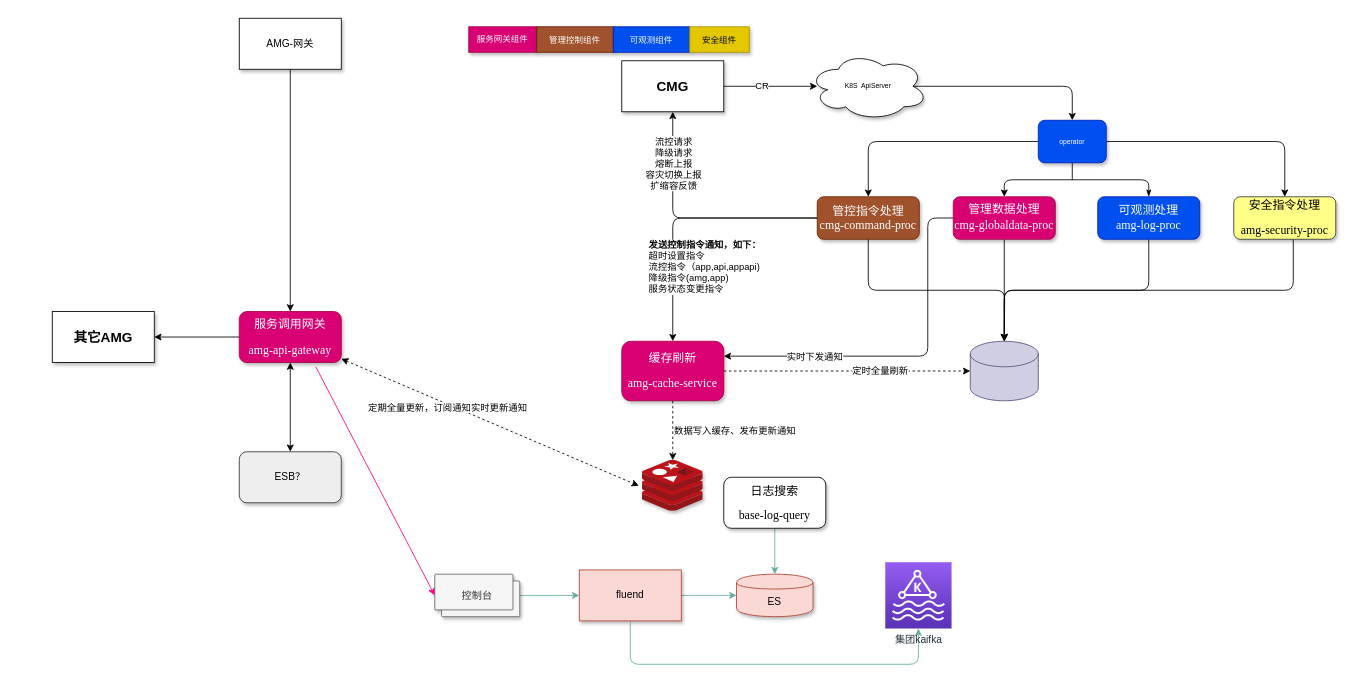
This is page "AMG运行流程-新版" (2 of 9) of 智慧中台AMG.drawio from qymmdj/draw-io, a draw.io file, before an edit. Source tidied: cells renumbered, new cells numbered last; positions are measured from the earlier drawing's top-left corner, leaving out a move shared by most shapes. Both pictures are drawn from the tidied source at 85%, with x=0, y=0 at pixel (52, 18).
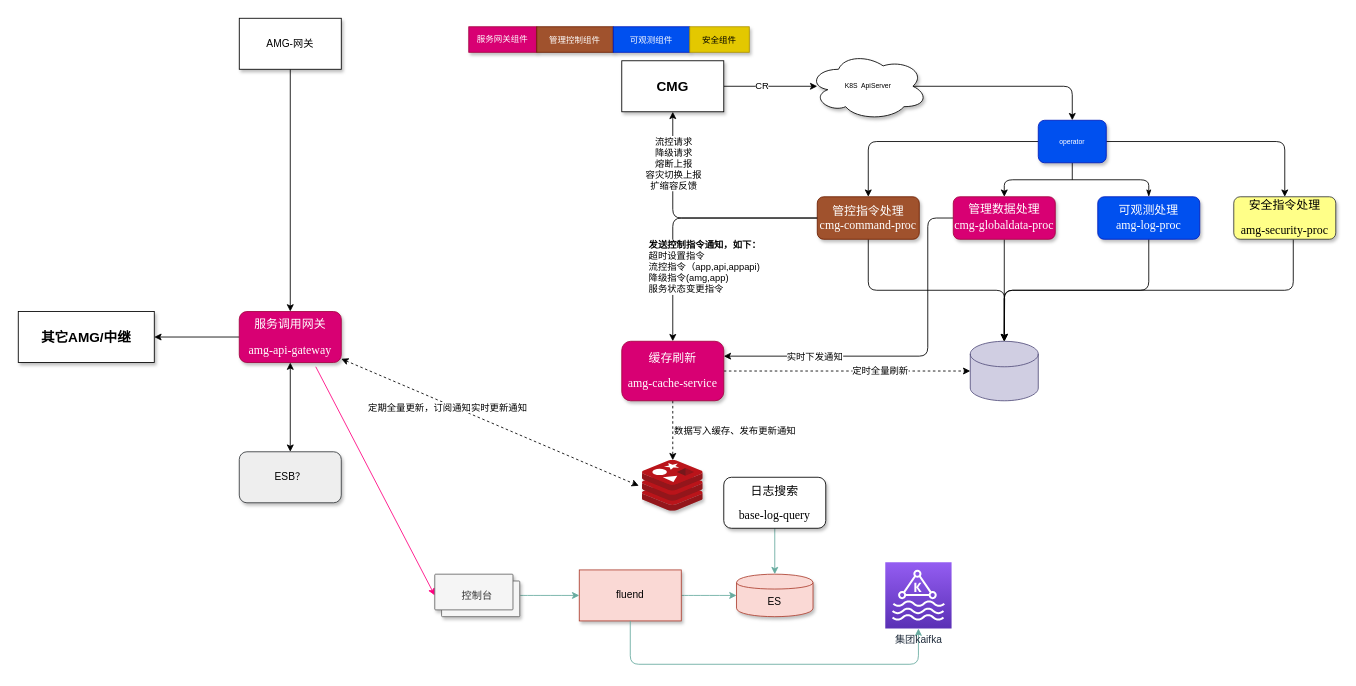
The same page after the edit.

Change to the diagram source:
```diff
@@
-    <mxCell id="50" value="&lt;h1&gt;其它AMG&lt;/h1&gt;" style="rounded=0;whiteSpace=wrap;html=1;shadow=1;fontFamily=Helvetica;fontSize=8;align=center;" parent="1" vertex="1">
-      <mxGeometry y="345" width="120" height="60" as="geometry" />
+    <mxCell id="50" value="&lt;h1&gt;其它AMG/中继&lt;/h1&gt;" style="rounded=0;whiteSpace=wrap;html=1;shadow=1;fontFamily=Helvetica;fontSize=8;align=center;" parent="1" vertex="1">
+      <mxGeometry x="-40" y="345" width="160" height="60" as="geometry" />
     </mxCell>
```
